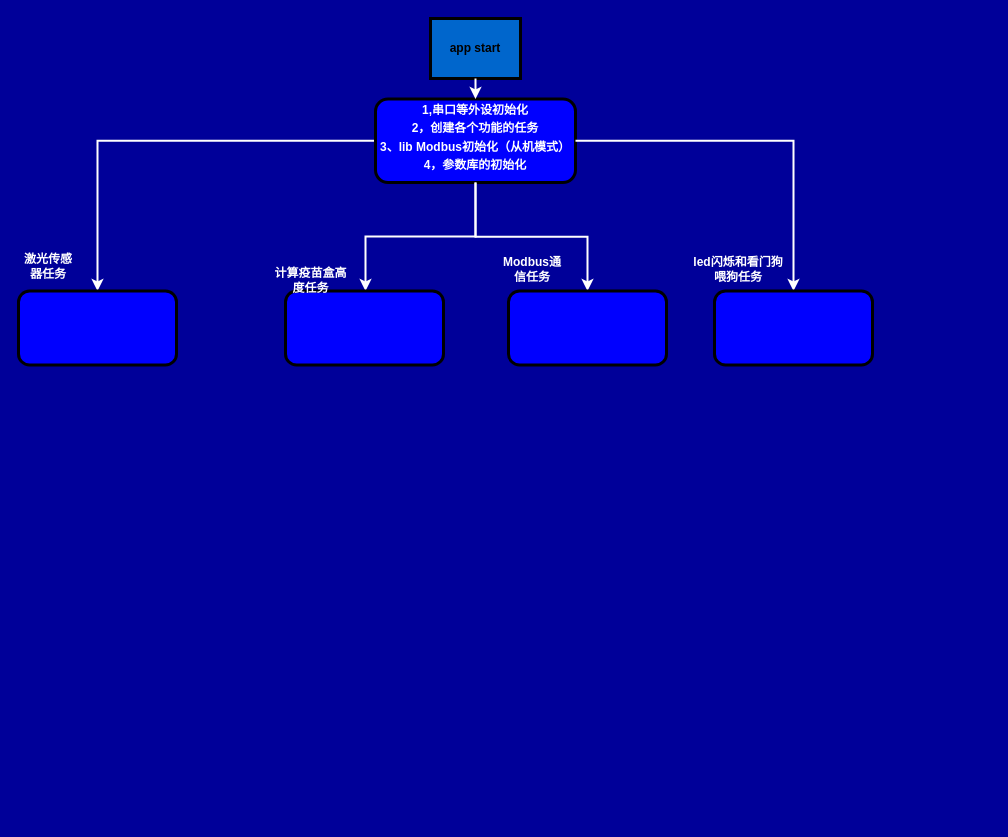
Above: draw_io_for_work/RTU485BT02_transfer.drawio in doctor1cong/draw_flow_chart (draw.io), before the change. Source tidied: cells renumbered, new cells numbered last; positions are measured from the earlier drawing's top-left corner, leaving out a move shared by most shapes. Both pictures are drawn from the tidied source at 100%, with x=0, y=0 at pixel (18, 18).
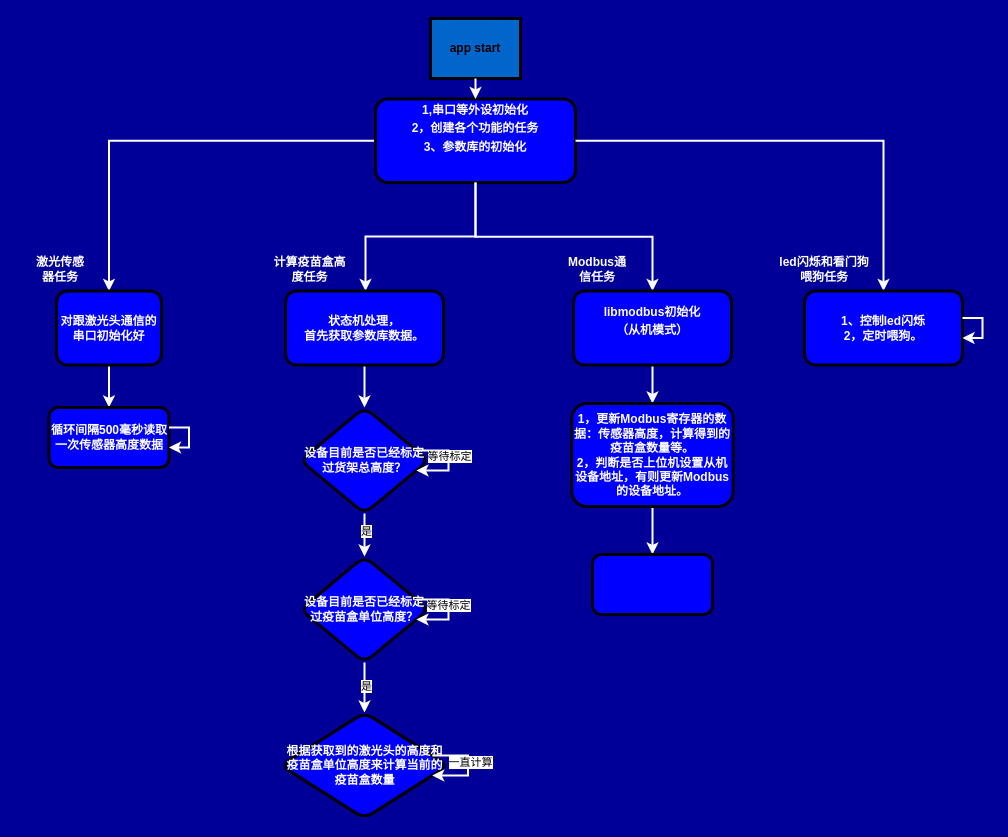
Above is the later version.

Diff of the diagram source:
```diff
@@
-    <mxCell id="3" value="&lt;p style=&quot;margin: 4px 0px 0px; text-align: center;&quot;&gt;&lt;font color=&quot;#ffffff&quot;&gt;1,串口等外设初始化&lt;/font&gt;&lt;/p&gt;&lt;p style=&quot;margin: 4px 0px 0px; text-align: center;&quot;&gt;&lt;font color=&quot;#ffffff&quot;&gt;2，创建各个功能的任务&lt;/font&gt;&lt;/p&gt;&lt;p style=&quot;margin: 4px 0px 0px; text-align: center;&quot;&gt;&lt;font color=&quot;#ffffff&quot;&gt;3、lib Modbus初始化（从机模式&lt;/font&gt;&lt;span style=&quot;color: rgb(255, 255, 255); background-color: initial;&quot;&gt;）&lt;/span&gt;&lt;/p&gt;&lt;p style=&quot;margin: 4px 0px 0px; text-align: center;&quot;&gt;&lt;span style=&quot;color: rgb(255, 255, 255); background-color: initial;&quot;&gt;4，参数库的初始化&lt;/span&gt;&lt;/p&gt;&lt;p style=&quot;margin: 4px 0px 0px; text-align: center;&quot;&gt;&lt;span style=&quot;color: rgb(255, 255, 255); background-color: initial;&quot;&gt;&lt;br&gt;&lt;/span&gt;&lt;/p&gt;" style="verticalAlign=middle;align=center;overflow=fill;fontSize=12;fontFamily=Helvetica;html=1;rounded=1;fontStyle=1;strokeWidth=3;fillColor=#0000FF;" parent="1" vertex="1">
+    <mxCell id="3" value="&lt;p style=&quot;margin: 4px 0px 0px; text-align: center;&quot;&gt;&lt;font color=&quot;#ffffff&quot;&gt;1,串口等外设初始化&lt;/font&gt;&lt;/p&gt;&lt;p style=&quot;margin: 4px 0px 0px; text-align: center;&quot;&gt;&lt;font color=&quot;#ffffff&quot;&gt;2，创建各个功能的任务&lt;/font&gt;&lt;/p&gt;&lt;p style=&quot;margin: 4px 0px 0px; text-align: center;&quot;&gt;&lt;font color=&quot;#ffffff&quot;&gt;3、&lt;/font&gt;&lt;span style=&quot;background-color: initial; color: rgb(255, 255, 255);&quot;&gt;参数库的初始化&lt;/span&gt;&lt;/p&gt;&lt;p style=&quot;margin: 4px 0px 0px; text-align: center;&quot;&gt;&lt;span style=&quot;color: rgb(255, 255, 255); background-color: initial;&quot;&gt;&lt;br&gt;&lt;/span&gt;&lt;/p&gt;" style="verticalAlign=middle;align=center;overflow=fill;fontSize=12;fontFamily=Helvetica;html=1;rounded=1;fontStyle=1;strokeWidth=3;fillColor=#0000FF;" parent="1" vertex="1">
       <mxGeometry x="357" y="80.5" width="200" height="83.5" as="geometry" />
     </mxCell>
@@
+    <mxCell id="17" style="edgeStyle=orthogonalEdgeStyle;rounded=0;jettySize=auto;html=1;strokeColor=#FFFFFF;strokeWidth=2;" parent="1" edge="1" source="6" target="20">
+      <mxGeometry relative="1" as="geometry" />
+    </mxCell>
-    <mxCell id="6" style="whiteSpace=wrap;html=1;fillColor=#0000FF;rounded=1;fontStyle=1;strokeWidth=3;fontColor=#FFFFFF;" parent="1" vertex="1">
-      <mxGeometry y="272.5" width="158" height="74" as="geometry" />
+    <mxCell id="6" value="对跟激光头通信的串口初始化好" style="whiteSpace=wrap;html=1;fillColor=#0000FF;rounded=1;fontStyle=1;strokeWidth=3;fontColor=#FFFFFF;" parent="1" vertex="1">
+      <mxGeometry x="38" y="272.5" width="105" height="74" as="geometry" />
     </mxCell>
     <mxCell id="7" value="激光传感器任务" style="text;strokeColor=none;align=center;fillColor=none;html=1;verticalAlign=middle;whiteSpace=wrap;rounded=0;fontFamily=Helvetica;fontSize=12;fontColor=#FFFFFF;fontStyle=1;" parent="1" vertex="1">
-      <mxGeometry y="233" width="60" height="30" as="geometry" />
+      <mxGeometry x="12" y="236" width="60" height="30" as="geometry" />
     </mxCell>
@@
+    <mxCell id="18" style="edgeStyle=orthogonalEdgeStyle;shape=connector;rounded=0;jettySize=auto;html=1;strokeColor=#FFFFFF;strokeWidth=2;align=center;verticalAlign=middle;fontFamily=Helvetica;fontSize=11;fontColor=default;labelBackgroundColor=default;endArrow=classic;" parent="1" edge="1" source="9" target="23">
+      <mxGeometry relative="1" as="geometry" />
+    </mxCell>
-    <mxCell id="9" style="whiteSpace=wrap;html=1;fillColor=#0000FF;rounded=1;fontStyle=1;strokeWidth=3;fontColor=#FFFFFF;" parent="1" vertex="1">
+    <mxCell id="9" value="状态机处理，&lt;div&gt;首先获取参数库数据。&lt;/div&gt;" style="whiteSpace=wrap;html=1;fillColor=#0000FF;rounded=1;fontStyle=1;strokeWidth=3;fontColor=#FFFFFF;" parent="1" vertex="1">
       <mxGeometry x="267" y="272.5" width="158" height="74" as="geometry" />
     </mxCell>
     <mxCell id="10" value="计算疫苗盒高度任务" style="text;strokeColor=none;align=center;fillColor=none;html=1;verticalAlign=middle;whiteSpace=wrap;rounded=0;fontFamily=Helvetica;fontSize=12;fontColor=#FFFFFF;fontStyle=1;" parent="1" vertex="1">
-      <mxGeometry x="254" y="247" width="77" height="30" as="geometry" />
+      <mxGeometry x="253" y="236" width="77" height="30" as="geometry" />
     </mxCell>
@@
+    <mxCell id="19" style="edgeStyle=orthogonalEdgeStyle;shape=connector;rounded=0;jettySize=auto;html=1;strokeColor=#FFFFFF;strokeWidth=2;align=center;verticalAlign=middle;fontFamily=Helvetica;fontSize=11;fontColor=default;labelBackgroundColor=default;endArrow=classic;" parent="1" edge="1" source="12" target="35">
+      <mxGeometry relative="1" as="geometry" />
+    </mxCell>
-    <mxCell id="12" style="whiteSpace=wrap;html=1;fillColor=#0000FF;rounded=1;fontStyle=1;strokeWidth=3;fontColor=#FFFFFF;" parent="1" vertex="1">
-      <mxGeometry x="490" y="272.5" width="158" height="74" as="geometry" />
+    <mxCell id="12" value="&lt;p style=&quot;color: rgb(0, 0, 0); text-wrap: nowrap; margin: 4px 0px 0px;&quot;&gt;&lt;font color=&quot;#ffffff&quot;&gt;libmodbus初始化&lt;/font&gt;&lt;/p&gt;&lt;p style=&quot;color: rgb(0, 0, 0); text-wrap: nowrap; margin: 4px 0px 0px;&quot;&gt;&lt;font color=&quot;#ffffff&quot;&gt;（从机模式&lt;/font&gt;&lt;span style=&quot;color: rgb(255, 255, 255); background-color: initial;&quot;&gt;）&lt;/span&gt;&lt;/p&gt;&lt;p style=&quot;color: rgb(0, 0, 0); text-wrap: nowrap; margin: 4px 0px 0px;&quot;&gt;&lt;br&gt;&lt;/p&gt;" style="whiteSpace=wrap;html=1;fillColor=#0000FF;rounded=1;fontStyle=1;strokeWidth=3;fontColor=#FFFFFF;" parent="1" vertex="1">
+      <mxGeometry x="555" y="272.5" width="158" height="74" as="geometry" />
     </mxCell>
     <mxCell id="13" value="Modbus通信任务" style="text;strokeColor=none;align=center;fillColor=none;html=1;verticalAlign=middle;whiteSpace=wrap;rounded=0;fontFamily=Helvetica;fontSize=12;fontColor=#FFFFFF;fontStyle=1;" parent="1" vertex="1">
-      <mxGeometry x="484" y="236" width="60" height="30" as="geometry" />
+      <mxGeometry x="549" y="236" width="60" height="30" as="geometry" />
     </mxCell>
@@
-    <mxCell id="15" style="whiteSpace=wrap;html=1;fillColor=#0000FF;rounded=1;fontStyle=1;strokeWidth=3;fontColor=#FFFFFF;" parent="1" vertex="1">
-      <mxGeometry x="696" y="272.5" width="158" height="74" as="geometry" />
+    <mxCell id="15" value="1、控制led闪烁&lt;div&gt;2，定时喂狗。&lt;/div&gt;" style="whiteSpace=wrap;html=1;fillColor=#0000FF;rounded=1;fontStyle=1;strokeWidth=3;fontColor=#FFFFFF;" parent="1" vertex="1">
+      <mxGeometry x="786" y="272.5" width="158" height="74" as="geometry" />
     </mxCell>
     <mxCell id="16" value="led闪烁和看门狗喂狗任务" style="text;strokeColor=none;align=center;fillColor=none;html=1;verticalAlign=middle;whiteSpace=wrap;rounded=0;fontFamily=Helvetica;fontSize=12;fontColor=#FFFFFF;fontStyle=1;" parent="1" vertex="1">
-      <mxGeometry x="672" y="236" width="96" height="30" as="geometry" />
+      <mxGeometry x="758" y="236" width="96" height="30" as="geometry" />
     </mxCell>
+    <mxCell id="20" value="循环间隔500毫秒读取一次传感器高度数据" style="whiteSpace=wrap;html=1;fillColor=#0000FF;fontColor=#FFFFFF;rounded=1;fontStyle=1;strokeWidth=3;" parent="1" vertex="1">
+      <mxGeometry x="30.5" y="389" width="120" height="60" as="geometry" />
+    </mxCell>
+    <mxCell id="21" style="edgeStyle=orthogonalEdgeStyle;shape=connector;rounded=0;jettySize=auto;html=1;strokeColor=#FFFFFF;strokeWidth=2;align=center;verticalAlign=middle;fontFamily=Helvetica;fontSize=11;fontColor=default;labelBackgroundColor=default;endArrow=classic;" parent="1" edge="1" source="23" target="26">
+      <mxGeometry relative="1" as="geometry" />
+    </mxCell>
+    <mxCell id="22" value="是" style="edgeLabel;html=1;align=center;verticalAlign=middle;fontFamily=Helvetica;fontSize=11;fontColor=default;labelBackgroundColor=default;" parent="21" vertex="1">
+      <mxGeometry x="-0.23" y="1" relative="1" as="geometry" />
+    </mxCell>
+    <mxCell id="23" value="设备目前是否已经标定过货架总高度？" style="rhombus;whiteSpace=wrap;html=1;fillColor=#0000FF;fontColor=#FFFFFF;rounded=1;fontStyle=1;strokeWidth=3;" parent="1" vertex="1">
+      <mxGeometry x="282" y="389" width="128" height="106" as="geometry" />
+    </mxCell>
+    <mxCell id="24" style="edgeStyle=orthogonalEdgeStyle;shape=connector;rounded=0;jettySize=auto;html=1;strokeColor=#FFFFFF;strokeWidth=2;align=center;verticalAlign=middle;fontFamily=Helvetica;fontSize=11;fontColor=default;labelBackgroundColor=default;endArrow=classic;" parent="1" edge="1" source="26" target="29">
+      <mxGeometry relative="1" as="geometry" />
+    </mxCell>
+    <mxCell id="25" value="是" style="edgeLabel;html=1;align=center;verticalAlign=middle;fontFamily=Helvetica;fontSize=11;fontColor=default;labelBackgroundColor=default;" parent="24" vertex="1">
+      <mxGeometry x="-0.08" y="1" relative="1" as="geometry" />
+    </mxCell>
+    <mxCell id="26" value="设备目前是否已经标定过疫苗盒单位高度？" style="rhombus;whiteSpace=wrap;html=1;fillColor=#0000FF;fontColor=#FFFFFF;rounded=1;fontStyle=1;strokeWidth=3;" parent="1" vertex="1">
+      <mxGeometry x="282" y="538" width="128" height="106" as="geometry" />
+    </mxCell>
+    <mxCell id="27" style="edgeStyle=orthogonalEdgeStyle;shape=connector;rounded=0;orthogonalLoop=1;jettySize=auto;html=1;strokeColor=#FFFFFF;strokeWidth=2;align=center;verticalAlign=middle;fontFamily=Helvetica;fontSize=11;fontColor=default;labelBackgroundColor=default;endArrow=classic;elbow=horizontal;" parent="1" edge="1" source="23" target="23">
+      <mxGeometry relative="1" as="geometry" />
+    </mxCell>
+    <mxCell id="28" value="等待标定" style="edgeLabel;html=1;align=center;verticalAlign=middle;fontFamily=Helvetica;fontSize=11;fontColor=default;labelBackgroundColor=default;" parent="27" vertex="1">
+      <mxGeometry x="-0.09" relative="1" as="geometry" />
+    </mxCell>
+    <mxCell id="29" value="根据获取到的激光头的高度和疫苗盒单位高度来计算当前的疫苗盒数量" style="rhombus;whiteSpace=wrap;html=1;fillColor=#0000FF;fontColor=#FFFFFF;rounded=1;fontStyle=1;strokeWidth=3;" parent="1" vertex="1">
+      <mxGeometry x="262.5" y="694" width="167" height="106" as="geometry" />
+    </mxCell>
+    <mxCell id="30" style="edgeStyle=orthogonalEdgeStyle;shape=connector;rounded=0;orthogonalLoop=1;jettySize=auto;html=1;strokeColor=#FFFFFF;strokeWidth=2;align=center;verticalAlign=middle;fontFamily=Helvetica;fontSize=11;fontColor=default;labelBackgroundColor=default;endArrow=classic;" parent="1" edge="1" source="26" target="26">
+      <mxGeometry relative="1" as="geometry" />
+    </mxCell>
+    <mxCell id="31" value="等待标定" style="edgeLabel;html=1;align=center;verticalAlign=middle;fontFamily=Helvetica;fontSize=11;fontColor=default;labelBackgroundColor=default;" parent="30" vertex="1">
+      <mxGeometry x="-0.09" y="-1" relative="1" as="geometry" />
+    </mxCell>
+    <mxCell id="32" style="edgeStyle=orthogonalEdgeStyle;shape=connector;rounded=0;orthogonalLoop=1;jettySize=auto;html=1;strokeColor=#FFFFFF;strokeWidth=2;align=center;verticalAlign=middle;fontFamily=Helvetica;fontSize=11;fontColor=default;labelBackgroundColor=default;endArrow=classic;elbow=vertical;" parent="1" edge="1" source="29" target="29">
+      <mxGeometry relative="1" as="geometry" />
+    </mxCell>
+    <mxCell id="33" value="一直计算" style="edgeLabel;html=1;align=center;verticalAlign=middle;fontFamily=Helvetica;fontSize=11;fontColor=default;labelBackgroundColor=default;" parent="32" vertex="1">
+      <mxGeometry x="-0.08" y="2" relative="1" as="geometry" />
+    </mxCell>
+    <mxCell id="34" style="edgeStyle=orthogonalEdgeStyle;shape=connector;rounded=0;jettySize=auto;html=1;strokeColor=#FFFFFF;strokeWidth=2;align=center;verticalAlign=middle;fontFamily=Helvetica;fontSize=11;fontColor=default;labelBackgroundColor=default;endArrow=classic;" parent="1" edge="1" source="35" target="36">
+      <mxGeometry relative="1" as="geometry" />
+    </mxCell>
+    <mxCell id="35" value="1，更新Modbus寄存器的数据：传感器高度，计算得到的疫苗盒数量等。&lt;div&gt;2，判断是否上位机设置从机设备地址，有则更新Modbus的设备地址。&lt;/div&gt;" style="whiteSpace=wrap;html=1;fillColor=#0000FF;fontColor=#FFFFFF;rounded=1;fontStyle=1;strokeWidth=3;" parent="1" vertex="1">
+      <mxGeometry x="553.2" y="385" width="161.5" height="103" as="geometry" />
+    </mxCell>
+    <mxCell id="36" style="whiteSpace=wrap;html=1;fillColor=#0000FF;fontColor=#FFFFFF;rounded=1;fontStyle=1;strokeWidth=3;" parent="1" vertex="1">
+      <mxGeometry x="574" y="536" width="120" height="60" as="geometry" />
+    </mxCell>
+    <mxCell id="37" style="edgeStyle=orthogonalEdgeStyle;shape=connector;rounded=0;orthogonalLoop=1;jettySize=auto;html=1;strokeColor=#FFFFFF;strokeWidth=2;align=center;verticalAlign=middle;fontFamily=Helvetica;fontSize=11;fontColor=default;labelBackgroundColor=default;endArrow=classic;elbow=vertical;" parent="1" edge="1" source="20" target="20">
+      <mxGeometry relative="1" as="geometry" />
+    </mxCell>
+    <mxCell id="38" style="edgeStyle=orthogonalEdgeStyle;shape=connector;rounded=0;orthogonalLoop=1;jettySize=auto;html=1;strokeColor=#FFFFFF;strokeWidth=2;align=center;verticalAlign=middle;fontFamily=Helvetica;fontSize=11;fontColor=default;labelBackgroundColor=default;endArrow=classic;" parent="1" edge="1" source="15" target="15">
+      <mxGeometry relative="1" as="geometry" />
+    </mxCell>
```
